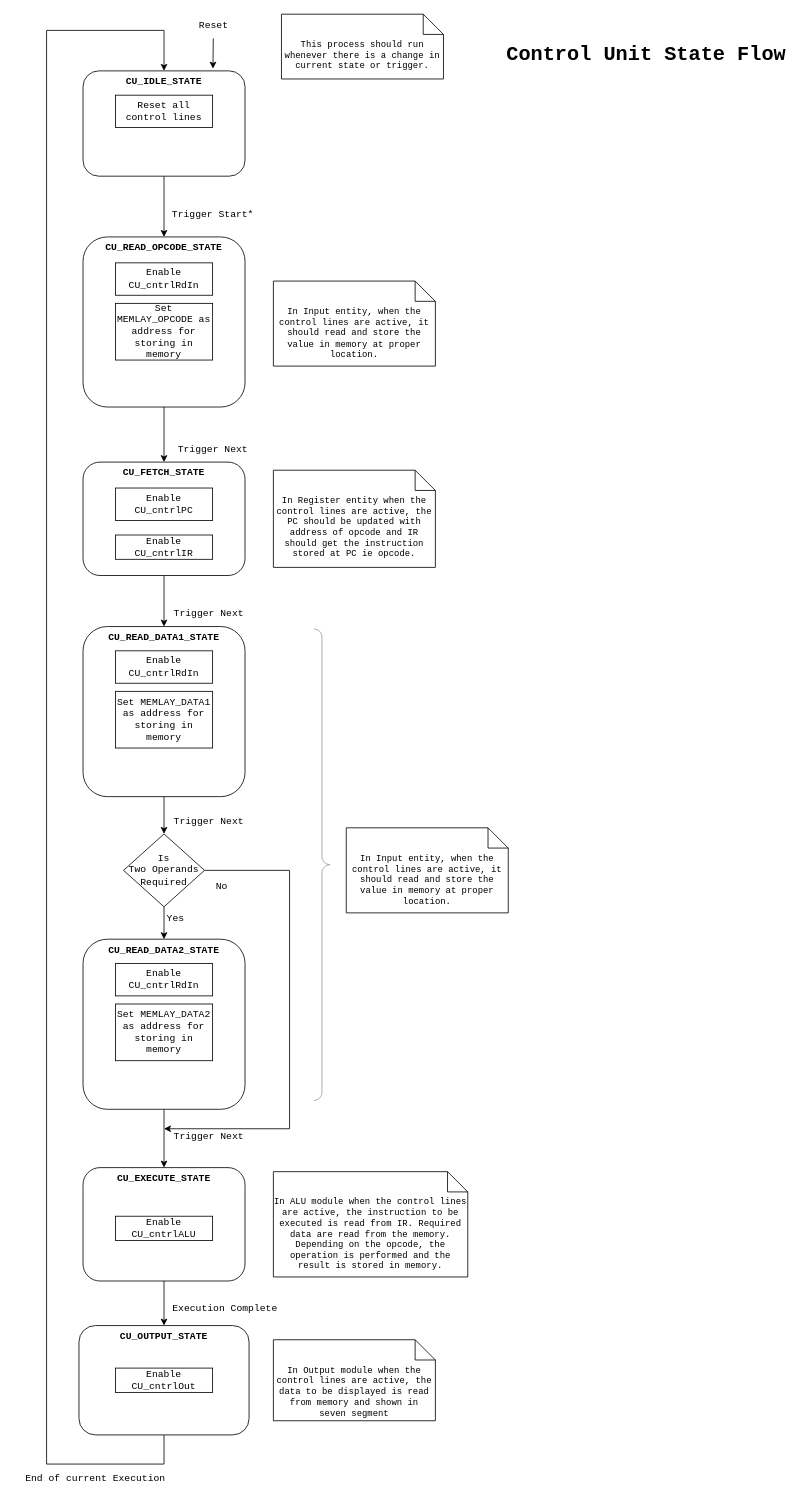
Earlier version of the draw.io diagram page "CU State Flow" (1 of 9) of 04_ControlUnit_v1/CPU_Design.drawio (Vichu95/Basic_CPU_FPGA). Source tidied: cells renumbered, new cells numbered last; positions are measured from the earlier drawing's top-left corner, leaving out a move shared by most shapes. Both pictures are drawn from the tidied source at 81%, with x=0, y=0 at pixel (14, 14).
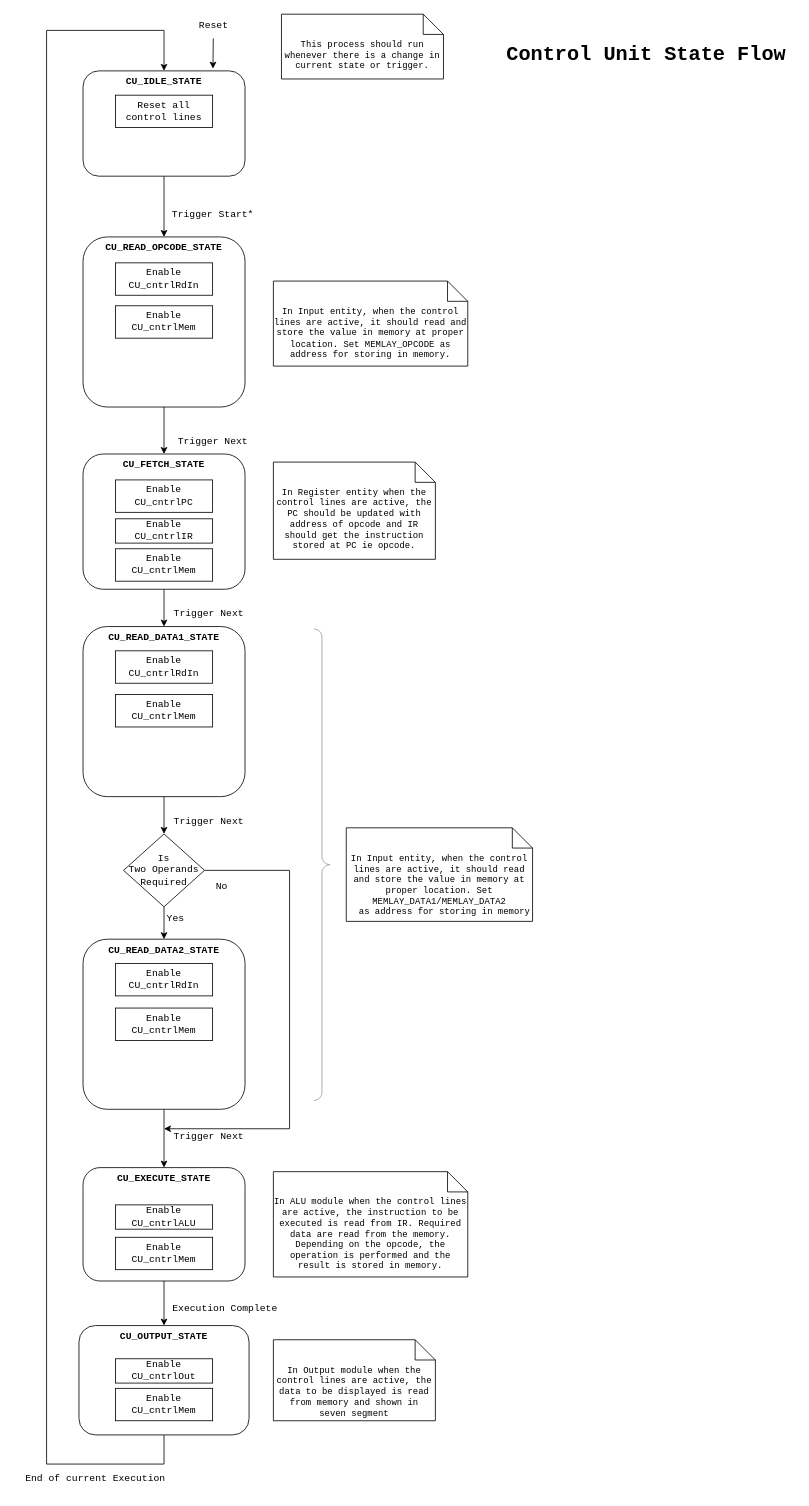
After the change.

Commit message (it also covers changes not shown here):
Starting to add memory in the block diagram

The edit, as a diff of the source:
```diff
@@
-    <mxCell id="25" value="Set MEMLAY_OPCODE as address for storing in memory" style="rounded=0;whiteSpace=wrap;html=1;fontFamily=Courier New;" parent="1" vertex="1">
-      <mxGeometry x="125" y="357" width="120" height="70" as="geometry" />
-    </mxCell>
@@
-    <mxCell id="28" value="Set MEMLAY_DATA1 as address for storing in memory" style="rounded=0;whiteSpace=wrap;html=1;fontFamily=Courier New;" parent="1" vertex="1">
-      <mxGeometry x="125" y="836" width="120" height="70" as="geometry" />
-    </mxCell>
@@
-    <mxCell id="32" value="Set MEMLAY_DATA2 as address for storing in memory" style="rounded=0;whiteSpace=wrap;html=1;fontFamily=Courier New;" parent="1" vertex="1">
-      <mxGeometry x="125" y="1222" width="120" height="70" as="geometry" />
-    </mxCell>
     <mxCell id="33" value="Enable CU_cntrlALU" style="rounded=0;whiteSpace=wrap;html=1;fontFamily=Courier New;" parent="1" vertex="1">
-      <mxGeometry x="125" y="1484" width="120" height="30" as="geometry" />
+      <mxGeometry x="125" y="1470" width="120" height="30" as="geometry" />
     </mxCell>
-    <mxCell id="34" value="In Input entity, when the control lines are active, it should read and store the value in memory at proper location." style="shape=note2;boundedLbl=1;whiteSpace=wrap;html=1;size=25;verticalAlign=top;align=center;fontFamily=Courier New;fontSize=11;" parent="1" vertex="1">
-      <mxGeometry x="410" y="1004.5" width="200" height="105" as="geometry" />
+    <mxCell id="34" value="In Input entity, when the control lines are active, it should read and store the value in memory at proper location.&amp;nbsp;Set MEMLAY_DATA1/MEMLAY_DATA2&lt;br&gt;&amp;nbsp; as address for storing in memory" style="shape=note2;boundedLbl=1;whiteSpace=wrap;html=1;size=25;verticalAlign=top;align=center;fontFamily=Courier New;fontSize=11;" parent="1" vertex="1">
+      <mxGeometry x="410" y="1004.5" width="230" height="115.5" as="geometry" />
     </mxCell>
@@
     <mxCell id="36" value="Enable CU_cntrlOut" style="rounded=0;whiteSpace=wrap;html=1;fontFamily=Courier New;" parent="1" vertex="1">
-      <mxGeometry x="125" y="1671.5" width="120" height="30" as="geometry" />
+      <mxGeometry x="125" y="1660" width="120" height="30" as="geometry" />
     </mxCell>
@@
     <mxCell id="41" value="CU_FETCH_STATE" style="rounded=1;whiteSpace=wrap;html=1;fontSize=12;glass=0;strokeWidth=1;shadow=0;verticalAlign=top;fontStyle=1;fontFamily=Courier New;" parent="1" vertex="1">
-      <mxGeometry x="85" y="553" width="200" height="140" as="geometry" />
+      <mxGeometry x="85" y="543" width="200" height="167" as="geometry" />
     </mxCell>
     <mxCell id="42" value="Enable CU_cntrlPC" style="rounded=0;whiteSpace=wrap;html=1;fontFamily=Courier New;" parent="1" vertex="1">
-      <mxGeometry x="125" y="585" width="120" height="40" as="geometry" />
+      <mxGeometry x="125" y="575" width="120" height="40" as="geometry" />
     </mxCell>
     <mxCell id="43" value="Enable CU_cntrlIR" style="rounded=0;whiteSpace=wrap;html=1;fontFamily=Courier New;" parent="1" vertex="1">
-      <mxGeometry x="125" y="643" width="120" height="30" as="geometry" />
+      <mxGeometry x="125" y="623" width="120" height="30" as="geometry" />
     </mxCell>
     <mxCell id="44" value="In Register entity when the control lines are active, the PC should be updated with address of opcode and IR should get the instruction stored at PC ie opcode." style="shape=note2;boundedLbl=1;whiteSpace=wrap;html=1;size=25;verticalAlign=top;align=center;fontFamily=Courier New;fontSize=11;" parent="1" vertex="1">
-      <mxGeometry x="320" y="563" width="200" height="120" as="geometry" />
+      <mxGeometry x="320" y="553" width="200" height="120" as="geometry" />
     </mxCell>
     <mxCell id="45" value="Trigger Next" style="text;html=1;align=center;verticalAlign=middle;strokeColor=none;fillColor=none;fontFamily=Courier New;" parent="1" vertex="1">
-      <mxGeometry x="190" y="523" width="110" height="30" as="geometry" />
+      <mxGeometry x="190" y="513" width="110" height="30" as="geometry" />
     </mxCell>
-    <mxCell id="46" value="In Input entity, when the control lines are active, it should read and store the value in memory at proper location." style="shape=note2;boundedLbl=1;whiteSpace=wrap;html=1;size=25;verticalAlign=top;align=center;fontFamily=Courier New;fontSize=11;" parent="1" vertex="1">
-      <mxGeometry x="320" y="329.5" width="200" height="105" as="geometry" />
+    <mxCell id="46" value="In Input entity, when the control lines are active, it should read and store the value in memory at proper location.&amp;nbsp;Set MEMLAY_OPCODE as address for storing in memory." style="shape=note2;boundedLbl=1;whiteSpace=wrap;html=1;size=25;verticalAlign=top;align=center;fontFamily=Courier New;fontSize=11;" parent="1" vertex="1">
+      <mxGeometry x="320" y="329.5" width="240" height="105" as="geometry" />
     </mxCell>
@@
+    <mxCell id="49" value="Enable CU_cntrlMem" style="rounded=0;whiteSpace=wrap;html=1;fontFamily=Courier New;" parent="1" vertex="1">
+      <mxGeometry x="125" y="360" width="120" height="40" as="geometry" />
+    </mxCell>
+    <mxCell id="50" value="Enable CU_cntrlMem" style="rounded=0;whiteSpace=wrap;html=1;fontFamily=Courier New;" parent="1" vertex="1">
+      <mxGeometry x="125" y="840" width="120" height="40" as="geometry" />
+    </mxCell>
+    <mxCell id="51" value="Enable CU_cntrlMem" style="rounded=0;whiteSpace=wrap;html=1;fontFamily=Courier New;" parent="1" vertex="1">
+      <mxGeometry x="125" y="1227" width="120" height="40" as="geometry" />
+    </mxCell>
+    <mxCell id="52" value="Enable CU_cntrlMem" style="rounded=0;whiteSpace=wrap;html=1;fontFamily=Courier New;" parent="1" vertex="1">
+      <mxGeometry x="125" y="660" width="120" height="40" as="geometry" />
+    </mxCell>
+    <mxCell id="53" value="Enable CU_cntrlMem" style="rounded=0;whiteSpace=wrap;html=1;fontFamily=Courier New;" parent="1" vertex="1">
+      <mxGeometry x="125" y="1510" width="120" height="40" as="geometry" />
+    </mxCell>
+    <mxCell id="54" value="Enable CU_cntrlMem" style="rounded=0;whiteSpace=wrap;html=1;fontFamily=Courier New;" parent="1" vertex="1">
+      <mxGeometry x="125" y="1696.5" width="120" height="40" as="geometry" />
+    </mxCell>
```
